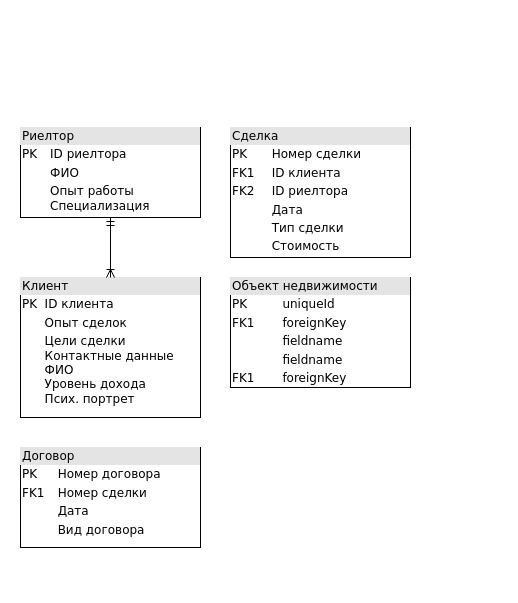
This is page "Реляционная модель" (1 of 2) of Реляционная модель.drawio from Bezzdar/Data-Base, a draw.io file, before an edit. Source tidied: cells renumbered, new cells numbered last; positions are measured from the earlier drawing's top-left corner, leaving out a move shared by most shapes. Both pictures are drawn from the tidied source at 100%, with x=0, y=0 at pixel (20, 127).
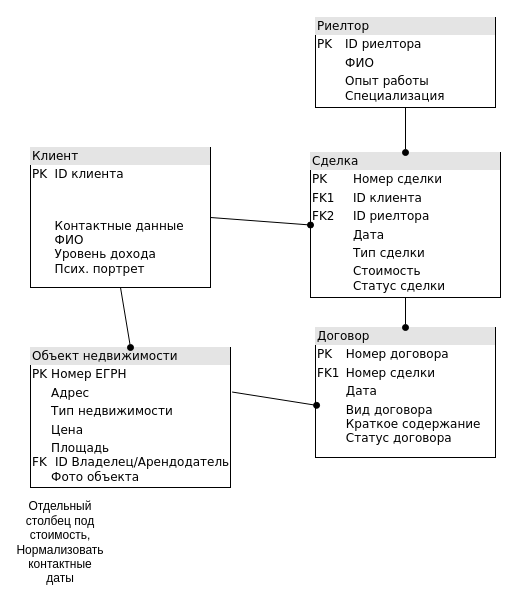
The same diagram, later.

Diff of the diagram source:
```diff
@@
 <mxGraphModel>
   <root>
     <mxCell id="0" />
     <mxCell id="1" parent="0" />
     <mxCell id="2" value="&lt;div style=&quot;box-sizing: border-box; width: 100%; background: rgb(228, 228, 228); padding: 2px;&quot;&gt;Риелтор&lt;/div&gt;&lt;table style=&quot;width:100%;font-size:1em;&quot; cellpadding=&quot;2&quot; cellspacing=&quot;0&quot;&gt;&lt;tbody&gt;&lt;tr&gt;&lt;td&gt;PK&lt;/td&gt;&lt;td&gt;ID риелтора&lt;/td&gt;&lt;/tr&gt;&lt;tr&gt;&lt;td&gt;&lt;br&gt;&lt;/td&gt;&lt;td&gt;ФИО&lt;/td&gt;&lt;/tr&gt;&lt;tr&gt;&lt;td&gt;&lt;/td&gt;&lt;td&gt;Опыт работы&lt;br&gt;Специализация&lt;/td&gt;&lt;/tr&gt;&lt;/tbody&gt;&lt;/table&gt;" style="verticalAlign=top;align=left;overflow=fill;html=1;rounded=0;shadow=0;comic=0;labelBackgroundColor=none;strokeWidth=1;fontFamily=Verdana;fontSize=12;" parent="1" vertex="1">
-      <mxGeometry width="180" height="90" as="geometry" />
+      <mxGeometry x="295" y="-110" width="180" height="90" as="geometry" />
     </mxCell>
-    <mxCell id="3" value="&lt;div style=&quot;box-sizing: border-box; width: 100%; background: rgb(228, 228, 228); padding: 2px;&quot;&gt;Договор&lt;/div&gt;&lt;table style=&quot;width: 100% ; font-size: 1em&quot; cellpadding=&quot;2&quot; cellspacing=&quot;0&quot;&gt;&lt;tbody&gt;&lt;tr&gt;&lt;td&gt;PK&lt;/td&gt;&lt;td&gt;Номер договора&lt;/td&gt;&lt;/tr&gt;&lt;tr&gt;&lt;td&gt;FK1&lt;/td&gt;&lt;td&gt;Номер сделки&lt;/td&gt;&lt;/tr&gt;&lt;tr&gt;&lt;td&gt;&lt;/td&gt;&lt;td&gt;Дата&lt;/td&gt;&lt;/tr&gt;&lt;tr&gt;&lt;td&gt;&lt;br&gt;&lt;/td&gt;&lt;td&gt;Вид договора&lt;br&gt;&lt;/td&gt;&lt;/tr&gt;&lt;tr&gt;&lt;td&gt;&lt;/td&gt;&lt;td&gt;&lt;br&gt;&lt;/td&gt;&lt;/tr&gt;&lt;/tbody&gt;&lt;/table&gt;" style="verticalAlign=top;align=left;overflow=fill;html=1;rounded=0;shadow=0;comic=0;labelBackgroundColor=none;strokeWidth=1;fontFamily=Verdana;fontSize=12;perimeterSpacing=0;" parent="1" vertex="1">
-      <mxGeometry y="320" width="180" height="100" as="geometry" />
+    <mxCell id="3" value="&lt;div style=&quot;box-sizing: border-box; width: 100%; background: rgb(228, 228, 228); padding: 2px;&quot;&gt;Договор&lt;/div&gt;&lt;table style=&quot;width: 100% ; font-size: 1em&quot; cellpadding=&quot;2&quot; cellspacing=&quot;0&quot;&gt;&lt;tbody&gt;&lt;tr&gt;&lt;td&gt;PK&lt;/td&gt;&lt;td&gt;Номер договора&lt;/td&gt;&lt;/tr&gt;&lt;tr&gt;&lt;td&gt;FK1&lt;/td&gt;&lt;td&gt;Номер сделки&lt;/td&gt;&lt;/tr&gt;&lt;tr&gt;&lt;td&gt;&lt;/td&gt;&lt;td&gt;Дата&lt;/td&gt;&lt;/tr&gt;&lt;tr&gt;&lt;td&gt;&lt;br&gt;&lt;/td&gt;&lt;td&gt;Вид договора&lt;br&gt;Краткое содержание&lt;br&gt;Статус договора&lt;/td&gt;&lt;/tr&gt;&lt;tr&gt;&lt;td&gt;&lt;/td&gt;&lt;td&gt;&lt;br&gt;&lt;/td&gt;&lt;/tr&gt;&lt;/tbody&gt;&lt;/table&gt;" style="verticalAlign=top;align=left;overflow=fill;html=1;rounded=0;shadow=0;comic=0;labelBackgroundColor=none;strokeWidth=1;fontFamily=Verdana;fontSize=12;perimeterSpacing=0;" parent="1" vertex="1">
+      <mxGeometry x="295" y="200" width="180" height="130" as="geometry" />
     </mxCell>
-    <mxCell id="4" value="&lt;div style=&quot;box-sizing: border-box; width: 100%; background: rgb(228, 228, 228); padding: 2px;&quot;&gt;Клиент&lt;/div&gt;&lt;table style=&quot;width:100%;font-size:1em;&quot; cellpadding=&quot;2&quot; cellspacing=&quot;0&quot;&gt;&lt;tbody&gt;&lt;tr&gt;&lt;td&gt;PK&lt;/td&gt;&lt;td&gt;ID клиента&lt;/td&gt;&lt;/tr&gt;&lt;tr&gt;&lt;td&gt;&lt;br&gt;&lt;/td&gt;&lt;td&gt;Опыт сделок&lt;/td&gt;&lt;/tr&gt;&lt;tr&gt;&lt;td&gt;&lt;/td&gt;&lt;td&gt;Цели сделки&lt;br&gt;Контактные данные&lt;br&gt;ФИО&lt;br&gt;Уровень дохода&lt;br&gt;Псих. портрет&lt;br&gt;&lt;br&gt;&lt;/td&gt;&lt;/tr&gt;&lt;/tbody&gt;&lt;/table&gt;" style="verticalAlign=top;align=left;overflow=fill;html=1;rounded=0;shadow=0;comic=0;labelBackgroundColor=none;strokeWidth=1;fontFamily=Verdana;fontSize=12;" parent="1" vertex="1">
-      <mxGeometry y="150" width="180" height="140" as="geometry" />
+    <mxCell id="4" value="&lt;div style=&quot;box-sizing: border-box; width: 100%; background: rgb(228, 228, 228); padding: 2px;&quot;&gt;Клиент&lt;/div&gt;&lt;table style=&quot;width:100%;font-size:1em;&quot; cellpadding=&quot;2&quot; cellspacing=&quot;0&quot;&gt;&lt;tbody&gt;&lt;tr&gt;&lt;td&gt;PK&lt;/td&gt;&lt;td&gt;ID клиента&lt;/td&gt;&lt;/tr&gt;&lt;tr&gt;&lt;td&gt;&lt;br&gt;&lt;/td&gt;&lt;td&gt;&lt;br&gt;&lt;/td&gt;&lt;/tr&gt;&lt;tr&gt;&lt;td&gt;&lt;/td&gt;&lt;td&gt;&lt;br&gt;Контактные данные&lt;br&gt;ФИО&lt;br&gt;Уровень дохода&lt;br&gt;Псих. портрет&lt;br&gt;&lt;br&gt;&lt;/td&gt;&lt;/tr&gt;&lt;/tbody&gt;&lt;/table&gt;" style="verticalAlign=top;align=left;overflow=fill;html=1;rounded=0;shadow=0;comic=0;labelBackgroundColor=none;strokeWidth=1;fontFamily=Verdana;fontSize=12;" parent="1" vertex="1">
+      <mxGeometry x="10" y="20" width="180" height="140" as="geometry" />
     </mxCell>
-    <mxCell id="5" value="&lt;div style=&quot;box-sizing: border-box; width: 100%; background: rgb(228, 228, 228); padding: 2px;&quot;&gt;Объект недвижимости&lt;/div&gt;&lt;table style=&quot;width: 100% ; font-size: 1em&quot; cellpadding=&quot;2&quot; cellspacing=&quot;0&quot;&gt;&lt;tbody&gt;&lt;tr&gt;&lt;td&gt;PK&lt;/td&gt;&lt;td&gt;uniqueId&lt;/td&gt;&lt;/tr&gt;&lt;tr&gt;&lt;td&gt;FK1&lt;/td&gt;&lt;td&gt;foreignKey&lt;/td&gt;&lt;/tr&gt;&lt;tr&gt;&lt;td&gt;&lt;/td&gt;&lt;td&gt;fieldname&lt;/td&gt;&lt;/tr&gt;&lt;tr&gt;&lt;td&gt;&lt;br&gt;&lt;/td&gt;&lt;td&gt;fieldname&lt;br&gt;&lt;/td&gt;&lt;/tr&gt;&lt;tr&gt;&lt;td&gt;FK1&lt;br&gt;&lt;/td&gt;&lt;td&gt;foreignKey&lt;br&gt;&lt;/td&gt;&lt;/tr&gt;&lt;/tbody&gt;&lt;/table&gt;" style="verticalAlign=top;align=left;overflow=fill;html=1;rounded=0;shadow=0;comic=0;labelBackgroundColor=none;strokeWidth=1;fontFamily=Verdana;fontSize=12;" parent="1" vertex="1">
-      <mxGeometry x="210" y="150" width="180" height="110" as="geometry" />
+    <mxCell id="5" value="&lt;div style=&quot;box-sizing: border-box; width: 100%; background: rgb(228, 228, 228); padding: 2px;&quot;&gt;Объект недвижимости&lt;/div&gt;&lt;table style=&quot;width: 100% ; font-size: 1em&quot; cellpadding=&quot;2&quot; cellspacing=&quot;0&quot;&gt;&lt;tbody&gt;&lt;tr&gt;&lt;td&gt;PK&lt;/td&gt;&lt;td&gt;Номер ЕГРН&lt;/td&gt;&lt;/tr&gt;&lt;tr&gt;&lt;td&gt;&lt;br&gt;&lt;/td&gt;&lt;td&gt;Адрес&lt;/td&gt;&lt;/tr&gt;&lt;tr&gt;&lt;td&gt;&lt;/td&gt;&lt;td&gt;Тип недвижимости&lt;/td&gt;&lt;/tr&gt;&lt;tr&gt;&lt;td&gt;&lt;br&gt;&lt;/td&gt;&lt;td&gt;Цена&lt;/td&gt;&lt;/tr&gt;&lt;tr&gt;&lt;td&gt;FK&lt;/td&gt;&lt;td&gt;Площадь&lt;br&gt;&amp;nbsp;ID Владелец/Арендодатель&lt;br&gt;Фото объекта&lt;/td&gt;&lt;/tr&gt;&lt;/tbody&gt;&lt;/table&gt;" style="verticalAlign=top;align=left;overflow=fill;html=1;rounded=0;shadow=0;comic=0;labelBackgroundColor=none;strokeWidth=1;fontFamily=Verdana;fontSize=12;" parent="1" vertex="1">
+      <mxGeometry x="10" y="220" width="200" height="140" as="geometry" />
     </mxCell>
-    <mxCell id="6" value="&lt;div style=&quot;box-sizing: border-box; width: 100%; background: rgb(228, 228, 228); padding: 2px;&quot;&gt;Сделка&lt;/div&gt;&lt;table style=&quot;width: 100% ; font-size: 1em&quot; cellpadding=&quot;2&quot; cellspacing=&quot;0&quot;&gt;&lt;tbody&gt;&lt;tr&gt;&lt;td&gt;PK&lt;/td&gt;&lt;td&gt;Номер сделки&lt;/td&gt;&lt;/tr&gt;&lt;tr&gt;&lt;td&gt;FK1&lt;/td&gt;&lt;td&gt;ID клиента&lt;/td&gt;&lt;/tr&gt;&lt;tr&gt;&lt;td&gt;FK2&lt;/td&gt;&lt;td&gt;ID риелтора&lt;/td&gt;&lt;/tr&gt;&lt;tr&gt;&lt;td&gt;&lt;br&gt;&lt;/td&gt;&lt;td&gt;Дата&lt;br&gt;&lt;/td&gt;&lt;/tr&gt;&lt;tr&gt;&lt;td&gt;&lt;br&gt;&lt;/td&gt;&lt;td&gt;Тип сделки&lt;br&gt;&lt;/td&gt;&lt;/tr&gt;&lt;tr&gt;&lt;td&gt;&lt;br&gt;&lt;/td&gt;&lt;td&gt;Стоимость&lt;/td&gt;&lt;/tr&gt;&lt;/tbody&gt;&lt;/table&gt;" style="verticalAlign=top;align=left;overflow=fill;html=1;rounded=0;shadow=0;comic=0;labelBackgroundColor=none;strokeWidth=1;fontFamily=Verdana;fontSize=12;" parent="1" vertex="1">
-      <mxGeometry x="210" width="180" height="130" as="geometry" />
+    <mxCell id="6" value="&lt;div style=&quot;box-sizing: border-box; width: 100%; background: rgb(228, 228, 228); padding: 2px;&quot;&gt;Сделка&lt;/div&gt;&lt;table style=&quot;width: 100% ; font-size: 1em&quot; cellpadding=&quot;2&quot; cellspacing=&quot;0&quot;&gt;&lt;tbody&gt;&lt;tr&gt;&lt;td&gt;PK&lt;/td&gt;&lt;td&gt;Номер сделки&lt;/td&gt;&lt;/tr&gt;&lt;tr&gt;&lt;td&gt;FK1&lt;/td&gt;&lt;td&gt;ID клиента&lt;/td&gt;&lt;/tr&gt;&lt;tr&gt;&lt;td&gt;FK2&lt;/td&gt;&lt;td&gt;ID риелтора&lt;/td&gt;&lt;/tr&gt;&lt;tr&gt;&lt;td&gt;&lt;br&gt;&lt;/td&gt;&lt;td&gt;Дата&lt;br&gt;&lt;/td&gt;&lt;/tr&gt;&lt;tr&gt;&lt;td&gt;&lt;br&gt;&lt;/td&gt;&lt;td&gt;Тип сделки&lt;br&gt;&lt;/td&gt;&lt;/tr&gt;&lt;tr&gt;&lt;td&gt;&lt;br&gt;&lt;/td&gt;&lt;td&gt;Стоимость&lt;br&gt;Статус сделки&lt;/td&gt;&lt;/tr&gt;&lt;/tbody&gt;&lt;/table&gt;" style="verticalAlign=top;align=left;overflow=fill;html=1;rounded=0;shadow=0;comic=0;labelBackgroundColor=none;strokeWidth=1;fontFamily=Verdana;fontSize=12;" parent="1" vertex="1">
+      <mxGeometry x="290" y="25" width="190" height="145" as="geometry" />
     </mxCell>
-    <mxCell id="7" style="edgeStyle=orthogonalEdgeStyle;html=1;endArrow=ERoneToMany;startArrow=ERmandOne;labelBackgroundColor=none;fontFamily=Verdana;fontSize=12;align=left;exitX=0.5;exitY=1;entryX=0.5;entryY=0;" parent="1" edge="1" source="2" target="4">
-      <mxGeometry relative="1" as="geometry" />
-    </mxCell>
+    <mxCell id="8" style="endArrow=oval;html=1;rounded=0;exitX=1;exitY=0.5;exitDx=0;exitDy=0;entryX=0;entryY=0.5;entryDx=0;entryDy=0;endFill=1;" parent="1" edge="1" source="4" target="6">
+      <mxGeometry relative="1" as="geometry" />
+    </mxCell>
+    <mxCell id="9" style="endArrow=oval;html=1;rounded=0;exitX=0.5;exitY=1;exitDx=0;exitDy=0;endFill=1;entryX=0.5;entryY=0;entryDx=0;entryDy=0;" parent="1" edge="1" source="2" target="6">
+      <mxGeometry relative="1" as="geometry" />
+    </mxCell>
+    <mxCell id="10" style="endArrow=none;html=1;rounded=0;entryX=0.5;entryY=1;entryDx=0;entryDy=0;endFill=1;exitX=0.5;exitY=0;exitDx=0;exitDy=0;startArrow=oval;startFill=1;" parent="1" edge="1" source="3" target="6">
+      <mxGeometry relative="1" as="geometry" />
+    </mxCell>
+    <mxCell id="11" style="endArrow=none;html=1;rounded=0;entryX=0.5;entryY=1;entryDx=0;entryDy=0;exitX=0.5;exitY=0;exitDx=0;exitDy=0;endFill=1;startArrow=oval;startFill=1;" parent="1" edge="1" source="5" target="4">
+      <mxGeometry relative="1" as="geometry" />
+    </mxCell>
+    <mxCell id="12" style="endArrow=oval;html=1;rounded=0;exitX=1.008;exitY=0.318;exitDx=0;exitDy=0;exitPerimeter=0;entryX=0.006;entryY=0.599;entryDx=0;entryDy=0;entryPerimeter=0;endFill=1;" parent="1" edge="1" source="5" target="3">
+      <mxGeometry relative="1" as="geometry" />
+    </mxCell>
+    <mxCell id="13" value="Отдельный столбец под стоимость,&lt;br&gt;Нормализовать контактные даты" style="text;html=1;align=center;verticalAlign=middle;whiteSpace=wrap;rounded=0;" parent="1" vertex="1">
+      <mxGeometry x="10" y="400" width="60" height="30" as="geometry" />
+    </mxCell>
   </root>
 </mxGraphModel>
```
